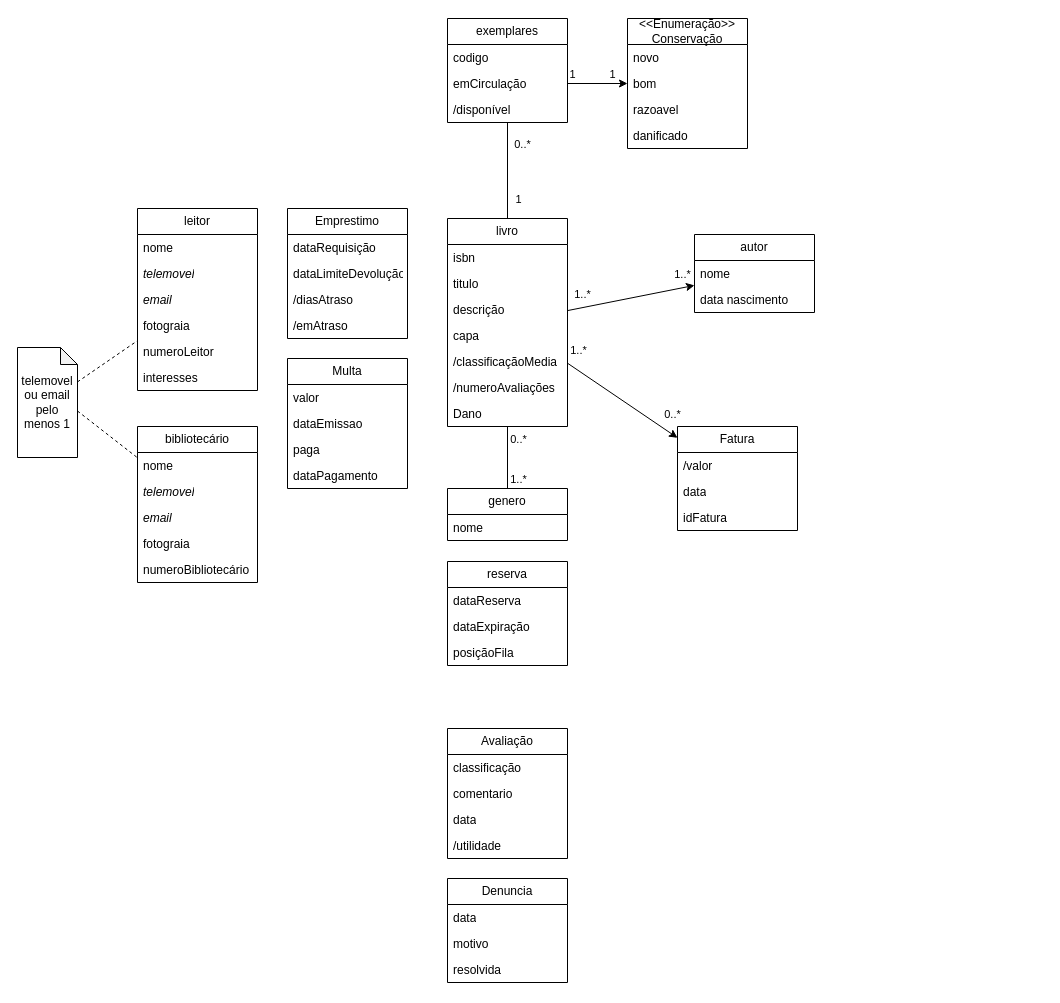
Kartelxo/BibliotecaSLA keeps this draw.io diagram as docs/modelodominio.drawio. Above is the earlier version. Source tidied: cells renumbered, new cells numbered last; positions are measured from the earlier drawing's top-left corner, leaving out a move shared by most shapes. Both pictures are drawn from the tidied source at 100%, with x=0, y=0 at pixel (17, 18).
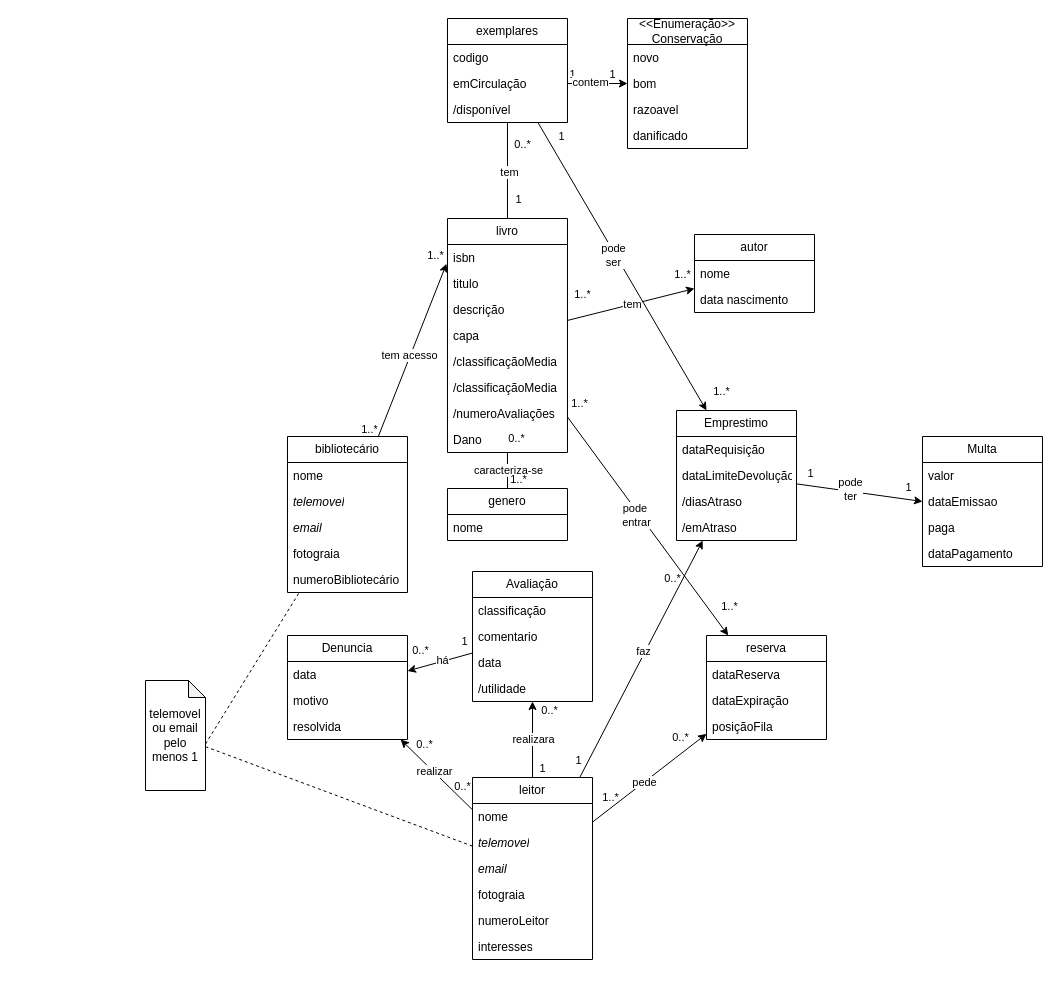
Above is the later version.

Commit message:
modelodominio terminado

Unchanged cells that the change refers to:
```xml
<mxCell id="9" style="edgeStyle=none;html=1;exitX=0.5;exitY=1;exitDx=0;exitDy=0;entryX=0.5;entryY=0;entryDx=0;entryDy=0;endArrow=none;endFill=0;" parent="1" edge="1" source="13" target="27">
  <mxGeometry relative="1" as="geometry" />
</mxCell>
<mxCell id="10" style="edgeStyle=none;html=1;" parent="1" edge="1" source="13" target="54">
  <mxGeometry relative="1" as="geometry" />
</mxCell>
<mxCell id="11" style="edgeStyle=none;html=1;entryX=0.5;entryY=1;entryDx=0;entryDy=0;endArrow=none;endFill=0;" parent="1" edge="1" source="13" target="42">
  <mxGeometry relative="1" as="geometry" />
</mxCell>
<mxCell id="14" value="isbn" style="text;strokeColor=none;fillColor=none;align=left;verticalAlign=top;spacingLeft=4;spacingRight=4;overflow=hidden;points=[[0,0.5],[1,0.5]];portConstraint=eastwest;whiteSpace=wrap;html=1;" parent="13" vertex="1">
  <mxGeometry y="26" width="120" height="26" as="geometry" />
</mxCell>
<mxCell id="34" value="classificação" style="text;strokeColor=none;fillColor=none;align=left;verticalAlign=top;spacingLeft=4;spacingRight=4;overflow=hidden;points=[[0,0.5],[1,0.5]];portConstraint=eastwest;whiteSpace=wrap;html=1;" parent="33" vertex="1">
  <mxGeometry y="26" width="120" height="26" as="geometry" />
</mxCell>
<mxCell id="35" value="comentario" style="text;strokeColor=none;fillColor=none;align=left;verticalAlign=top;spacingLeft=4;spacingRight=4;overflow=hidden;points=[[0,0.5],[1,0.5]];portConstraint=eastwest;whiteSpace=wrap;html=1;" parent="33" vertex="1">
  <mxGeometry y="52" width="120" height="26" as="geometry" />
</mxCell>
<mxCell id="37" value="/utilidade" style="text;strokeColor=none;fillColor=none;align=left;verticalAlign=top;spacingLeft=4;spacingRight=4;overflow=hidden;points=[[0,0.5],[1,0.5]];portConstraint=eastwest;whiteSpace=wrap;html=1;" parent="33" vertex="1">
  <mxGeometry y="104" width="120" height="26" as="geometry" />
</mxCell>
<mxCell id="42" value="exemplares" style="swimlane;fontStyle=0;horizontal=1;startSize=26;fillColor=none;whiteSpace=wrap;html=1;" parent="1" vertex="1">
  <mxGeometry x="430" width="120" height="104" as="geometry" />
</mxCell>
<mxCell id="77" style="edgeStyle=none;html=1;entryX=0;entryY=0.5;entryDx=0;entryDy=0;" parent="1" edge="1" source="44" target="49">
  <mxGeometry relative="1" as="geometry" />
</mxCell>
```

Change to the diagram source:
```diff
@@
+    <mxCell id="82" style="edgeStyle=none;html=1;" parent="1" edge="1" source="2" target="57">
+      <mxGeometry relative="1" as="geometry" />
+    </mxCell>
+    <mxCell id="83" value="faz" style="edgeLabel;html=1;align=center;verticalAlign=middle;inheritText=1;" parent="82" vertex="1">
+      <mxGeometry x="0.06" y="2" relative="1" as="geometry" />
+    </mxCell>
+    <mxCell id="84" style="edgeStyle=none;html=1;" parent="1" edge="1" source="2" target="37">
+      <mxGeometry relative="1" as="geometry" />
+    </mxCell>
+    <mxCell id="85" value="realizara" style="edgeLabel;html=1;align=center;verticalAlign=middle;inheritText=1;" parent="84" vertex="1">
+      <mxGeometry x="0.03" relative="1" as="geometry" />
+    </mxCell>
+    <mxCell id="86" style="edgeStyle=none;html=1;" parent="1" edge="1" source="2" target="38">
+      <mxGeometry relative="1" as="geometry" />
+    </mxCell>
+    <mxCell id="87" value="realizar" style="edgeLabel;html=1;align=center;verticalAlign=middle;inheritText=1;" parent="86" vertex="1">
+      <mxGeometry x="0.1" y="-1" relative="1" as="geometry" />
+    </mxCell>
     <mxCell id="2" value="leitor" style="swimlane;fontStyle=0;horizontal=1;startSize=26;fillColor=none;whiteSpace=wrap;html=1;" parent="1" vertex="1">
-      <mxGeometry x="120" y="190" width="120" height="182" as="geometry" />
+      <mxGeometry x="455" y="759" width="120" height="182" as="geometry" />
     </mxCell>
@@
+    <mxCell id="88" value="caracteriza-se" style="edgeLabel;html=1;align=center;verticalAlign=middle;inheritText=1;" parent="9" vertex="1">
+      <mxGeometry x="-0.04" relative="1" as="geometry" />
+    </mxCell>
@@
+    <mxCell id="89" value="tem" style="edgeLabel;html=1;align=center;verticalAlign=middle;inheritText=1;" parent="10" vertex="1">
+      <mxGeometry x="0.03" relative="1" as="geometry" />
+    </mxCell>
@@
-    <mxCell id="12" style="edgeStyle=none;html=1;" parent="1" edge="1" source="13" target="69">
-      <mxGeometry relative="1" as="geometry" />
-    </mxCell>
+    <mxCell id="90" value="tem" style="edgeLabel;html=1;align=center;verticalAlign=middle;inheritText=1;" parent="11" vertex="1">
+      <mxGeometry x="-0.03" y="-1" relative="1" as="geometry" />
+    </mxCell>
+    <mxCell id="91" style="edgeStyle=none;html=1;" parent="1" edge="1" source="13" target="29">
+      <mxGeometry relative="1" as="geometry" />
+    </mxCell>
+    <mxCell id="92" value="pode&amp;nbsp;&lt;div&gt;entrar&lt;/div&gt;" style="edgeLabel;html=1;align=center;verticalAlign=middle;inheritText=1;" parent="91" vertex="1">
+      <mxGeometry x="-0.12" y="-3" relative="1" as="geometry" />
+    </mxCell>
     <mxCell id="13" value="livro" style="swimlane;fontStyle=0;horizontal=1;startSize=26;fillColor=none;whiteSpace=wrap;html=1;" parent="1" vertex="1">
-      <mxGeometry x="430" y="200" width="120" height="208" as="geometry" />
+      <mxGeometry x="430" y="200" width="120" height="234" as="geometry" />
     </mxCell>
@@
+    <mxCell id="93" value="/classificaçãoMedia" style="text;strokeColor=none;fillColor=none;align=left;verticalAlign=top;spacingLeft=4;spacingRight=4;overflow=hidden;whiteSpace=wrap;html=1;" parent="13" vertex="1">
+      <mxGeometry y="156" width="120" height="26" as="geometry" />
+    </mxCell>
     <mxCell id="19" value="/numeroAvaliações" style="text;strokeColor=none;fillColor=none;align=left;verticalAlign=top;spacingLeft=4;spacingRight=4;overflow=hidden;whiteSpace=wrap;html=1;" parent="13" vertex="1">
-      <mxGeometry y="156" width="120" height="26" as="geometry" />
+      <mxGeometry y="182" width="120" height="26" as="geometry" />
     </mxCell>
     <mxCell id="20" value="Dano" style="text;strokeColor=none;fillColor=none;align=left;verticalAlign=top;spacingLeft=4;spacingRight=4;overflow=hidden;whiteSpace=wrap;html=1;" parent="13" vertex="1">
-      <mxGeometry y="182" width="120" height="26" as="geometry" />
+      <mxGeometry y="208" width="120" height="26" as="geometry" />
     </mxCell>
+    <mxCell id="94" style="edgeStyle=none;html=1;entryX=-0.008;entryY=0.738;entryDx=0;entryDy=0;entryPerimeter=0;" parent="1" edge="1" source="21" target="14">
+      <mxGeometry relative="1" as="geometry" />
+    </mxCell>
+    <mxCell id="95" value="tem acesso" style="edgeLabel;html=1;align=center;verticalAlign=middle;inheritText=1;" parent="94" vertex="1">
+      <mxGeometry x="-0.06" y="1" relative="1" as="geometry" />
+    </mxCell>
     <mxCell id="21" value="bibliotecário" style="swimlane;fontStyle=0;horizontal=1;startSize=26;fillColor=none;whiteSpace=wrap;html=1;" parent="1" vertex="1">
-      <mxGeometry x="120" y="408" width="120" height="156" as="geometry" />
+      <mxGeometry x="270" y="418" width="120" height="156" as="geometry" />
     </mxCell>
@@
     <mxCell id="29" value="reserva" style="swimlane;fontStyle=0;horizontal=1;startSize=26;fillColor=none;whiteSpace=wrap;html=1;" parent="1" vertex="1">
-      <mxGeometry x="430" y="543" width="120" height="104" as="geometry" />
+      <mxGeometry x="689" y="617" width="120" height="104" as="geometry" />
     </mxCell>
@@
+    <mxCell id="96" style="edgeStyle=none;html=1;" parent="1" edge="1" source="33" target="38">
+      <mxGeometry relative="1" as="geometry" />
+    </mxCell>
+    <mxCell id="97" value="há" style="edgeLabel;html=1;align=center;verticalAlign=middle;inheritText=1;" parent="96" vertex="1">
+      <mxGeometry x="-0.07" y="-1" relative="1" as="geometry" />
+    </mxCell>
     <mxCell id="33" value="Avaliação" style="swimlane;fontStyle=0;horizontal=1;startSize=26;fillColor=none;whiteSpace=wrap;html=1;" parent="1" vertex="1">
-      <mxGeometry x="430" y="710" width="120" height="130" as="geometry" />
+      <mxGeometry x="455" y="553" width="120" height="130" as="geometry" />
     </mxCell>
+    <mxCell id="98" style="edgeStyle=none;html=1;" parent="33" edge="1" source="34" target="35">
+      <mxGeometry relative="1" as="geometry" />
+    </mxCell>
@@
     <mxCell id="38" value="Denuncia" style="swimlane;fontStyle=0;horizontal=1;startSize=26;fillColor=none;whiteSpace=wrap;html=1;" parent="1" vertex="1">
-      <mxGeometry x="430" y="860" width="120" height="104" as="geometry" />
+      <mxGeometry x="270" y="617" width="120" height="104" as="geometry" />
     </mxCell>
@@
+    <mxCell id="99" style="edgeStyle=none;html=1;entryX=0.25;entryY=0;entryDx=0;entryDy=0;" parent="1" edge="1" source="42" target="57">
+      <mxGeometry relative="1" as="geometry" />
+    </mxCell>
+    <mxCell id="100" value="pode&lt;div&gt;ser&lt;/div&gt;" style="edgeLabel;html=1;align=center;verticalAlign=middle;inheritText=1;" parent="99" vertex="1">
+      <mxGeometry x="-0.09" y="-2" relative="1" as="geometry" />
+    </mxCell>
@@
     <mxCell id="48" value="telemovel ou email&lt;div&gt;pelo menos 1&lt;/div&gt;" style="shape=note;whiteSpace=wrap;html=1;backgroundOutline=1;darkOpacity=0.05;size=17;" parent="1" vertex="1">
-      <mxGeometry y="329" width="60" height="110" as="geometry" />
+      <mxGeometry x="128" y="662" width="60" height="110" as="geometry" />
     </mxCell>
@@
+    <mxCell id="101" style="edgeStyle=none;html=1;entryX=0;entryY=0.5;entryDx=0;entryDy=0;" parent="1" edge="1" source="57" target="62">
+      <mxGeometry relative="1" as="geometry" />
+    </mxCell>
+    <mxCell id="102" value="pode&lt;div&gt;ter&lt;/div&gt;" style="edgeLabel;html=1;align=center;verticalAlign=middle;inheritText=1;" parent="101" vertex="1">
+      <mxGeometry x="-0.15" y="2" relative="1" as="geometry" />
+    </mxCell>
     <mxCell id="57" value="Emprestimo" style="swimlane;fontStyle=0;horizontal=1;startSize=26;fillColor=none;whiteSpace=wrap;html=1;" parent="1" vertex="1">
-      <mxGeometry x="270" y="190" width="120" height="130" as="geometry" />
+      <mxGeometry x="659" y="392" width="120" height="130" as="geometry" />
     </mxCell>
@@
     <mxCell id="62" value="Multa" style="swimlane;fontStyle=0;horizontal=1;startSize=26;fillColor=none;whiteSpace=wrap;html=1;" parent="1" vertex="1">
-      <mxGeometry x="270" y="340" width="120" height="130" as="geometry" />
+      <mxGeometry x="905" y="418" width="120" height="130" as="geometry" />
     </mxCell>
@@
     <mxCell id="67" value="0..*" style="edgeLabel;html=1;align=center;verticalAlign=middle;fontSize=11;labelBackgroundColor=none;" parent="1" vertex="1">
-      <mxGeometry x="500" y="420" as="geometry" />
+      <mxGeometry x="500" y="420" as="geometry">
+        <mxPoint x="-2" y="-1" as="offset" />
+      </mxGeometry>
     </mxCell>
@@
-    <mxCell id="69" value="Fatura" style="swimlane;fontStyle=0;horizontal=1;startSize=26;fillColor=none;whiteSpace=wrap;html=1;" parent="1" vertex="1">
-      <mxGeometry x="660" y="408" width="120" height="104" as="geometry" />
-    </mxCell>
-    <mxCell id="70" value="/valor" style="text;strokeColor=none;fillColor=none;align=left;verticalAlign=top;spacingLeft=4;spacingRight=4;overflow=hidden;whiteSpace=wrap;html=1;" parent="69" vertex="1">
-      <mxGeometry y="26" width="120" height="26" as="geometry" />
-    </mxCell>
-    <mxCell id="71" value="data" style="text;strokeColor=none;fillColor=none;align=left;verticalAlign=top;spacingLeft=4;spacingRight=4;overflow=hidden;whiteSpace=wrap;html=1;" parent="69" vertex="1">
-      <mxGeometry y="52" width="120" height="26" as="geometry" />
-    </mxCell>
-    <mxCell id="72" value="idFatura" style="text;strokeColor=none;fillColor=none;align=left;verticalAlign=top;spacingLeft=4;spacingRight=4;overflow=hidden;whiteSpace=wrap;html=1;" parent="69" vertex="1">
-      <mxGeometry y="78" width="120" height="26" as="geometry" />
-    </mxCell>
@@
+    <mxCell id="103" value="contem" style="edgeLabel;html=1;align=center;verticalAlign=middle;inheritText=1;" parent="77" vertex="1">
+      <mxGeometry x="-0.26" y="2" relative="1" as="geometry" />
+    </mxCell>
@@
-    <mxCell id="80" value="0..*" style="edgeLabel;html=1;align=center;verticalAlign=middle;fontSize=11;labelBackgroundColor=none;" parent="1" vertex="1">
-      <mxGeometry x="640" y="540" as="geometry">
-        <mxPoint x="14" y="-145" as="offset" />
-      </mxGeometry>
-    </mxCell>
-    <mxCell id="81" value="1..*" style="edgeLabel;html=1;align=center;verticalAlign=middle;fontSize=11;labelBackgroundColor=none;" parent="1" vertex="1">
-      <mxGeometry x="546" y="476" as="geometry">
+    <mxCell id="81" value="1" style="edgeLabel;html=1;align=center;verticalAlign=middle;fontSize=11;labelBackgroundColor=none;" parent="1" vertex="1">
+      <mxGeometry x="529" y="262" as="geometry">
         <mxPoint x="14" y="-145" as="offset" />
       </mxGeometry>
     </mxCell>
+    <mxCell id="104" style="edgeStyle=none;html=1;" parent="1" edge="1" source="2" target="29">
+      <mxGeometry relative="1" as="geometry" />
+    </mxCell>
+    <mxCell id="105" value="pede" style="edgeLabel;html=1;align=center;verticalAlign=middle;inheritText=1;" parent="104" vertex="1">
+      <mxGeometry x="-0.1" relative="1" as="geometry" />
+    </mxCell>
+    <mxCell id="106" value="0..*" style="edgeLabel;html=1;align=center;verticalAlign=middle;fontSize=11;labelBackgroundColor=none;" parent="1" vertex="1">
+      <mxGeometry x="541" y="599" as="geometry">
+        <mxPoint x="-135" y="126" as="offset" />
+      </mxGeometry>
+    </mxCell>
+    <mxCell id="107" value="0..*" style="edgeLabel;html=1;align=center;verticalAlign=middle;fontSize=11;labelBackgroundColor=none;" parent="1" vertex="1">
+      <mxGeometry x="666" y="565" as="geometry">
+        <mxPoint x="-135" y="126" as="offset" />
+      </mxGeometry>
+    </mxCell>
+    <mxCell id="108" value="0..*" style="edgeLabel;html=1;align=center;verticalAlign=middle;fontSize=11;labelBackgroundColor=none;" parent="1" vertex="1">
+      <mxGeometry x="579" y="641" as="geometry">
+        <mxPoint x="-135" y="126" as="offset" />
+      </mxGeometry>
+    </mxCell>
+    <mxCell id="109" value="1" style="edgeLabel;html=1;align=center;verticalAlign=middle;fontSize=11;labelBackgroundColor=none;" parent="1" vertex="1">
+      <mxGeometry x="659" y="623" as="geometry">
+        <mxPoint x="-135" y="126" as="offset" />
+      </mxGeometry>
+    </mxCell>
+    <mxCell id="110" value="0..*" style="edgeLabel;html=1;align=center;verticalAlign=middle;fontSize=11;labelBackgroundColor=none;" parent="1" vertex="1">
+      <mxGeometry x="537" y="505" as="geometry">
+        <mxPoint x="-135" y="126" as="offset" />
+      </mxGeometry>
+    </mxCell>
+    <mxCell id="111" value="1" style="edgeLabel;html=1;align=center;verticalAlign=middle;fontSize=11;labelBackgroundColor=none;" parent="1" vertex="1">
+      <mxGeometry x="581" y="496" as="geometry">
+        <mxPoint x="-135" y="126" as="offset" />
+      </mxGeometry>
+    </mxCell>
+    <mxCell id="112" value="0..*" style="edgeLabel;html=1;align=center;verticalAlign=middle;fontSize=11;labelBackgroundColor=none;" parent="1" vertex="1">
+      <mxGeometry x="789" y="433" as="geometry">
+        <mxPoint x="-135" y="126" as="offset" />
+      </mxGeometry>
+    </mxCell>
+    <mxCell id="113" value="1" style="edgeLabel;html=1;align=center;verticalAlign=middle;fontSize=11;labelBackgroundColor=none;" parent="1" vertex="1">
+      <mxGeometry x="695" y="615" as="geometry">
+        <mxPoint x="-135" y="126" as="offset" />
+      </mxGeometry>
+    </mxCell>
+    <mxCell id="114" value="0..*" style="edgeLabel;html=1;align=center;verticalAlign=middle;fontSize=11;labelBackgroundColor=none;" parent="1" vertex="1">
+      <mxGeometry x="797" y="592" as="geometry">
+        <mxPoint x="-135" y="126" as="offset" />
+      </mxGeometry>
+    </mxCell>
+    <mxCell id="115" value="1..*" style="edgeLabel;html=1;align=center;verticalAlign=middle;fontSize=11;labelBackgroundColor=none;" parent="1" vertex="1">
+      <mxGeometry x="727" y="652" as="geometry">
+        <mxPoint x="-135" y="126" as="offset" />
+      </mxGeometry>
+    </mxCell>
+    <mxCell id="116" value="1..*" style="edgeLabel;html=1;align=center;verticalAlign=middle;fontSize=11;labelBackgroundColor=none;" parent="1" vertex="1">
+      <mxGeometry x="416" y="240" as="geometry">
+        <mxPoint x="1" y="-4" as="offset" />
+      </mxGeometry>
+    </mxCell>
+    <mxCell id="117" value="1..*" style="edgeLabel;html=1;align=center;verticalAlign=middle;fontSize=11;labelBackgroundColor=none;" parent="1" vertex="1">
+      <mxGeometry x="410" y="300" as="geometry">
+        <mxPoint x="-59" y="110" as="offset" />
+      </mxGeometry>
+    </mxCell>
+    <mxCell id="118" value="1..*" style="edgeLabel;html=1;align=center;verticalAlign=middle;fontSize=11;labelBackgroundColor=none;" parent="1" vertex="1">
+      <mxGeometry x="689" y="517" as="geometry">
+        <mxPoint x="14" y="-145" as="offset" />
+      </mxGeometry>
+    </mxCell>
+    <mxCell id="119" value="1" style="edgeLabel;html=1;align=center;verticalAlign=middle;fontSize=11;labelBackgroundColor=none;" parent="1" vertex="1">
+      <mxGeometry x="1025" y="342" as="geometry">
+        <mxPoint x="-135" y="126" as="offset" />
+      </mxGeometry>
+    </mxCell>
+    <mxCell id="120" value="1" style="edgeLabel;html=1;align=center;verticalAlign=middle;fontSize=11;labelBackgroundColor=none;" parent="1" vertex="1">
+      <mxGeometry x="927" y="328" as="geometry">
+        <mxPoint x="-135" y="126" as="offset" />
+      </mxGeometry>
+    </mxCell>
+    <mxCell id="121" value="1..*" style="edgeLabel;html=1;align=center;verticalAlign=middle;fontSize=11;labelBackgroundColor=none;" parent="1" vertex="1">
+      <mxGeometry x="697" y="732" as="geometry">
+        <mxPoint x="14" y="-145" as="offset" />
+      </mxGeometry>
+    </mxCell>
+    <mxCell id="122" value="1..*" style="edgeLabel;html=1;align=center;verticalAlign=middle;fontSize=11;labelBackgroundColor=none;" parent="1" vertex="1">
+      <mxGeometry x="547" y="529" as="geometry">
+        <mxPoint x="14" y="-145" as="offset" />
+      </mxGeometry>
+    </mxCell>
```
